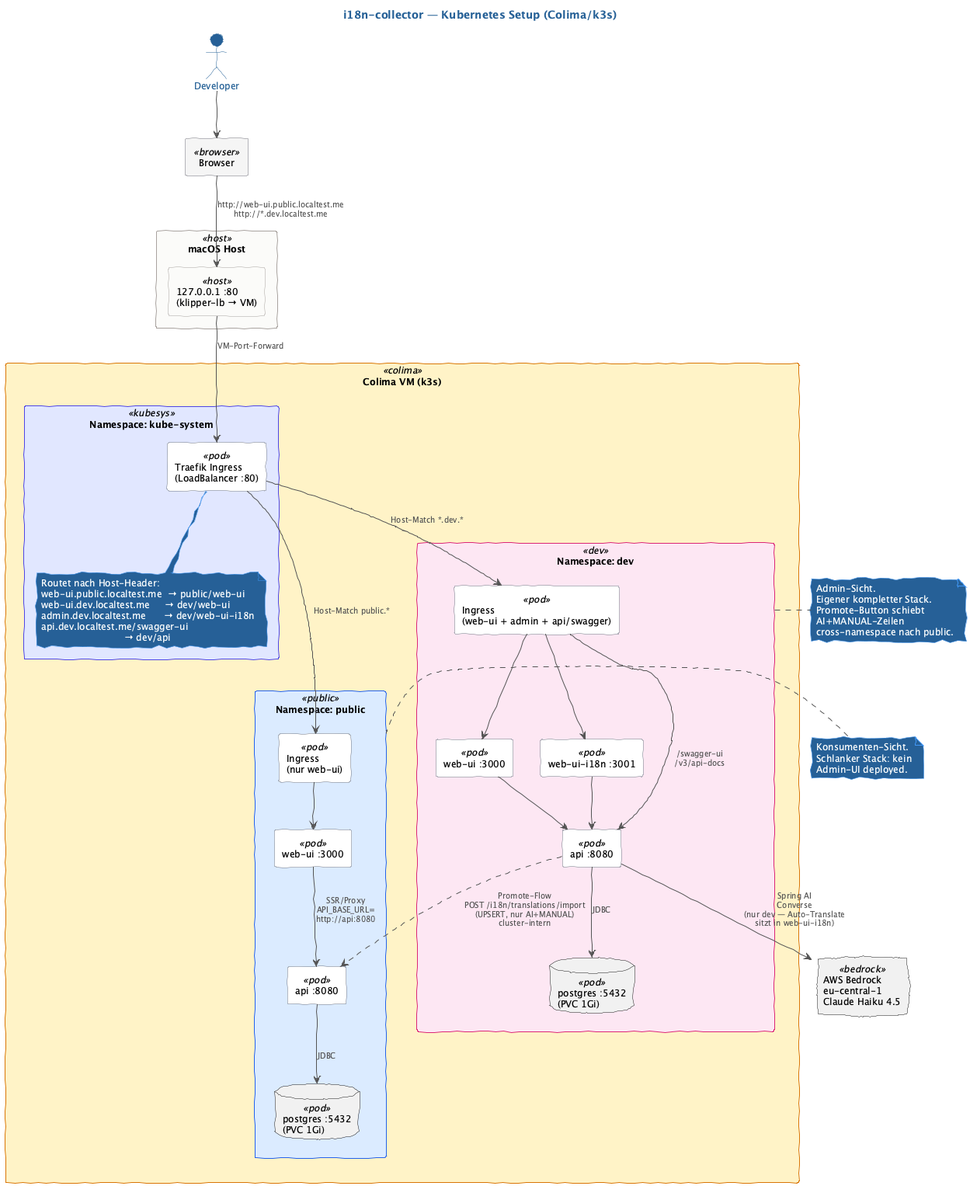
Above: material/k8s-setup.png in rsascha/i18n-collector (PlantUML), before the change.
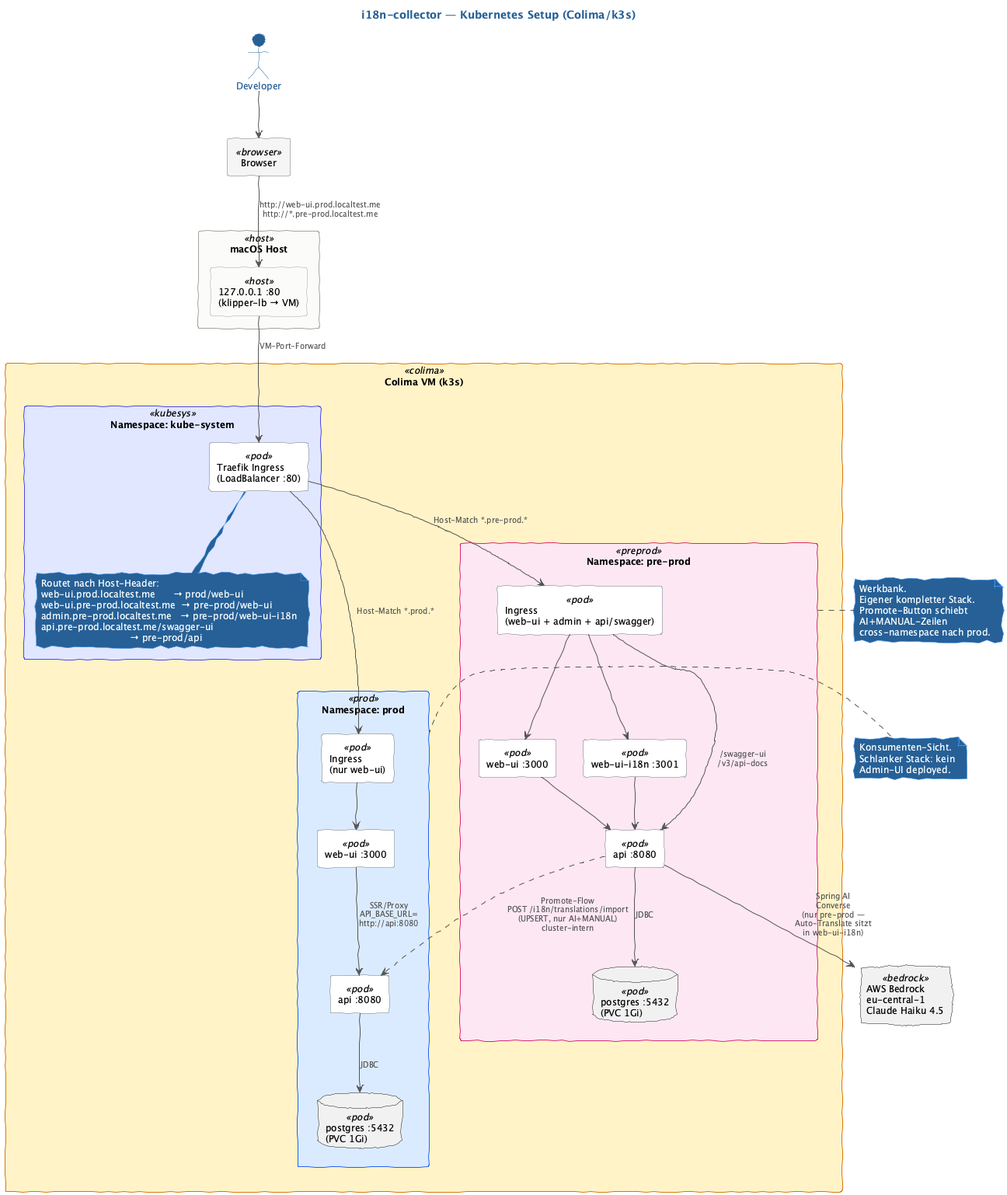
After the change.

What changed in the source:
```diff
@@ -38,10 +38,10 @@
   BorderColor<<colima>>           #D97706
   BackgroundColor<<kubesys>>      #E0E7FF
   BorderColor<<kubesys>>          #4F46E5
-  BackgroundColor<<public>>       #DBEAFE
-  BorderColor<<public>>           #2563EB
-  BackgroundColor<<dev>>          #FCE7F3
-  BorderColor<<dev>>              #DB2777
+  BackgroundColor<<prod>>         #DBEAFE
+  BorderColor<<prod>>             #2563EB
+  BackgroundColor<<preprod>>      #FCE7F3
+  BorderColor<<preprod>>          #DB2777
   BackgroundColor<<pod>>          #FFFFFF
   BorderColor<<pod>>              #6B7280
   BackgroundColor<<bedrock>>      #DCFCE7
@@ -62,67 +62,67 @@
     rectangle "Traefik Ingress\n(LoadBalancer :80)" <<pod>> as traefik
     note bottom of traefik
       Routet nach Host-Header:
-      web-ui.public.localtest.me  → public/web-ui
-      web-ui.dev.localtest.me     → dev/web-ui
-      admin.dev.localtest.me      → dev/web-ui-i18n
-      api.dev.localtest.me/swagger-ui
-                                  → dev/api
+      web-ui.prod.localtest.me      → prod/web-ui
+      web-ui.pre-prod.localtest.me  → pre-prod/web-ui
+      admin.pre-prod.localtest.me   → pre-prod/web-ui-i18n
+      api.pre-prod.localtest.me/swagger-ui
+                                    → pre-prod/api
     end note
   }
 
-  rectangle "Namespace: public" <<public>> as nsPub {
-    rectangle "Ingress\n(nur web-ui)" <<pod>> as ingPub
-    rectangle "web-ui :3000" <<pod>> as webPub
-    rectangle "api :8080" <<pod>> as apiPub
-    database "postgres :5432\n(PVC 1Gi)" <<pod>> as pgPub
+  rectangle "Namespace: prod" <<prod>> as nsProd {
+    rectangle "Ingress\n(nur web-ui)" <<pod>> as ingProd
+    rectangle "web-ui :3000" <<pod>> as webProd
+    rectangle "api :8080" <<pod>> as apiProd
+    database "postgres :5432\n(PVC 1Gi)" <<pod>> as pgProd
   }
 
-  rectangle "Namespace: dev" <<dev>> as nsDev {
-    rectangle "Ingress\n(web-ui + admin + api/swagger)" <<pod>> as ingDev
-    rectangle "web-ui :3000" <<pod>> as webDev
-    rectangle "web-ui-i18n :3001" <<pod>> as adminDev
-    rectangle "api :8080" <<pod>> as apiDev
-    database "postgres :5432\n(PVC 1Gi)" <<pod>> as pgDev
+  rectangle "Namespace: pre-prod" <<preprod>> as nsPre {
+    rectangle "Ingress\n(web-ui + admin + api/swagger)" <<pod>> as ingPre
+    rectangle "web-ui :3000" <<pod>> as webPre
+    rectangle "web-ui-i18n :3001" <<pod>> as adminPre
+    rectangle "api :8080" <<pod>> as apiPre
+    database "postgres :5432\n(PVC 1Gi)" <<pod>> as pgPre
   }
 }
 
 cloud "AWS Bedrock\neu-central-1\nClaude Haiku 4.5" <<bedrock>> as bedrock
 
 user --> browser
-browser --> hostPort : http://web-ui.public.localtest.me\nhttp://*.dev.localtest.me
+browser --> hostPort : http://web-ui.prod.localtest.me\nhttp://*.pre-prod.localtest.me
 hostPort --> traefik : VM-Port-Forward
 
-traefik --> ingPub  : Host-Match public.*
-traefik --> ingDev  : Host-Match *.dev.*
+traefik --> ingProd  : Host-Match *.prod.*
+traefik --> ingPre   : Host-Match *.pre-prod.*
 
-ingPub --> webPub
-ingDev --> webDev
-ingDev --> adminDev
-ingDev --> apiDev   : /swagger-ui\n/v3/api-docs
+ingProd --> webProd
+ingPre  --> webPre
+ingPre  --> adminPre
+ingPre  --> apiPre   : /swagger-ui\n/v3/api-docs
 
-webPub      --> apiPub  : SSR/Proxy\nAPI_BASE_URL=\nhttp://api:8080
-webDev      --> apiDev
-adminDev    --> apiDev
+webProd     --> apiProd  : SSR/Proxy\nAPI_BASE_URL=\nhttp://api:8080
+webPre      --> apiPre
+adminPre    --> apiPre
 
-apiPub --> pgPub : JDBC
-apiDev --> pgDev : JDBC
+apiProd --> pgProd : JDBC
+apiPre  --> pgPre  : JDBC
 
-apiDev --> bedrock : Spring AI\nConverse\n(nur dev — Auto-Translate\nsitzt in web-ui-i18n)
+apiPre --> bedrock : Spring AI\nConverse\n(nur pre-prod —\nAuto-Translate sitzt\nin web-ui-i18n)
 
-apiDev ..> apiPub : Promote-Flow\nPOST /i18n/translations/import\n(UPSERT, nur AI+MANUAL)\ncluster-intern
+apiPre ..> apiProd : Promote-Flow\nPOST /i18n/translations/import\n(UPSERT, nur AI+MANUAL)\ncluster-intern
 
-note right of nsPub
+note right of nsProd
   Konsumenten-Sicht.
   Schlanker Stack: kein
   Admin-UI deployed.
 end note
 
-note right of nsDev
-  Admin-Sicht.
+note right of nsPre
+  Werkbank.
   Eigener kompletter Stack.
   Promote-Button schiebt
   AI+MANUAL-Zeilen
-  cross-namespace nach public.
+  cross-namespace nach prod.
 end note
 
 @enduml
```
